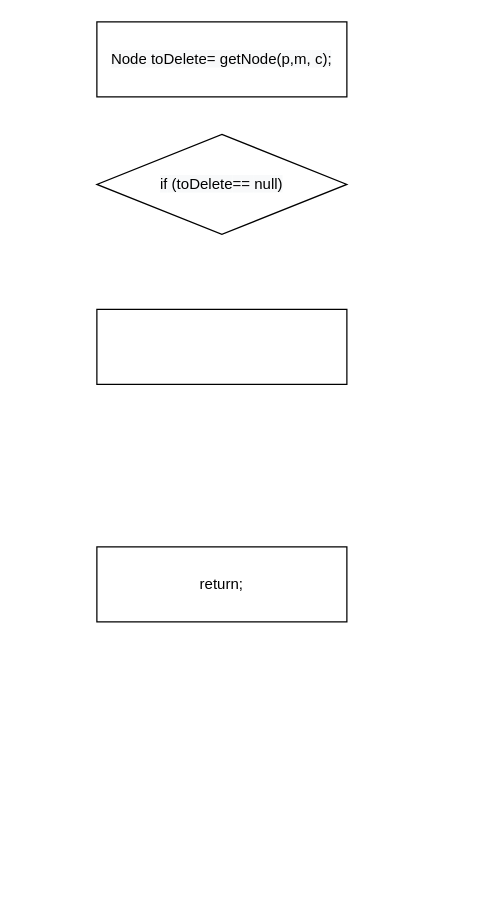
The draw.io diagram page "deleteNode" (2 of 3) of proj1-skeleton/flowcharts/proj1.drawio in luke-jiang/CS_510, before the edit. Source tidied: cells renumbered, new cells numbered last; positions are measured from the earlier drawing's top-left corner, leaving out a move shared by most shapes. Both pictures are drawn from the tidied source at 125%, with x=0, y=0 at pixel (96, 21).
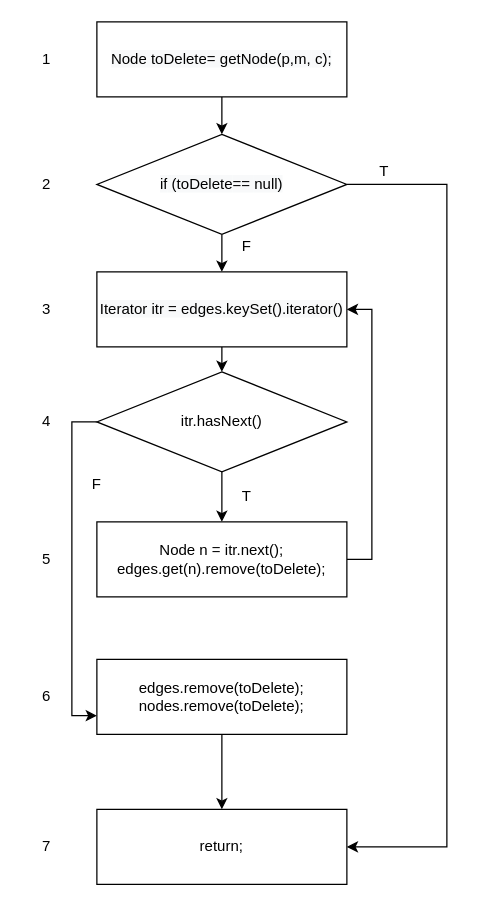
The same diagram, later.

Unchanged cells that the change refers to:
```xml
<mxCell id="2" value="&lt;span class=&quot;s1&quot; style=&quot;color: rgb(0, 0, 0); font-family: helvetica; font-size: 12px; font-style: normal; font-weight: 400; letter-spacing: normal; text-align: center; text-indent: 0px; text-transform: none; word-spacing: 0px; background-color: rgb(248, 249, 250);&quot;&gt;Node&lt;/span&gt;&lt;span class=&quot;s2&quot; style=&quot;color: rgb(0, 0, 0); font-family: helvetica; font-size: 12px; font-style: normal; font-weight: 400; letter-spacing: normal; text-align: center; text-indent: 0px; text-transform: none; word-spacing: 0px; background-color: rgb(248, 249, 250);&quot;&gt;&lt;span&gt;&amp;nbsp;&lt;/span&gt;&lt;/span&gt;&lt;span style=&quot;color: rgb(0, 0, 0); font-family: helvetica; font-size: 12px; font-style: normal; font-weight: 400; letter-spacing: normal; text-align: center; text-indent: 0px; text-transform: none; word-spacing: 0px; background-color: rgb(248, 249, 250); display: inline; float: none;&quot;&gt;toDelete&lt;/span&gt;&lt;span class=&quot;s2&quot; style=&quot;color: rgb(0, 0, 0); font-family: helvetica; font-size: 12px; font-style: normal; font-weight: 400; letter-spacing: normal; text-align: center; text-indent: 0px; text-transform: none; word-spacing: 0px; background-color: rgb(248, 249, 250);&quot;&gt;&lt;/span&gt;&lt;span class=&quot;s3&quot; style=&quot;color: rgb(0, 0, 0); font-family: helvetica; font-size: 12px; font-style: normal; font-weight: 400; letter-spacing: normal; text-align: center; text-indent: 0px; text-transform: none; word-spacing: 0px; background-color: rgb(248, 249, 250);&quot;&gt;=&lt;/span&gt;&lt;span class=&quot;s2&quot; style=&quot;color: rgb(0, 0, 0); font-family: helvetica; font-size: 12px; font-style: normal; font-weight: 400; letter-spacing: normal; text-align: center; text-indent: 0px; text-transform: none; word-spacing: 0px; background-color: rgb(248, 249, 250);&quot;&gt;&lt;span&gt;&amp;nbsp;&lt;/span&gt;&lt;/span&gt;&lt;span class=&quot;s4&quot; style=&quot;color: rgb(0, 0, 0); font-family: helvetica; font-size: 12px; font-style: normal; font-weight: 400; letter-spacing: normal; text-align: center; text-indent: 0px; text-transform: none; word-spacing: 0px; background-color: rgb(248, 249, 250);&quot;&gt;getNode&lt;/span&gt;&lt;span class=&quot;s5&quot; style=&quot;color: rgb(0, 0, 0); font-family: helvetica; font-size: 12px; font-style: normal; font-weight: 400; letter-spacing: normal; text-align: center; text-indent: 0px; text-transform: none; word-spacing: 0px; background-color: rgb(248, 249, 250);&quot;&gt;(&lt;/span&gt;&lt;span class=&quot;s6&quot; style=&quot;color: rgb(0, 0, 0); font-family: helvetica; font-size: 12px; font-style: normal; font-weight: 400; letter-spacing: normal; text-align: center; text-indent: 0px; text-transform: none; word-spacing: 0px; background-color: rgb(248, 249, 250);&quot;&gt;p&lt;/span&gt;&lt;span class=&quot;s3&quot; style=&quot;color: rgb(0, 0, 0); font-family: helvetica; font-size: 12px; font-style: normal; font-weight: 400; letter-spacing: normal; text-align: center; text-indent: 0px; text-transform: none; word-spacing: 0px; background-color: rgb(248, 249, 250);&quot;&gt;,&lt;/span&gt;&lt;span class=&quot;s2&quot; style=&quot;color: rgb(0, 0, 0); font-family: helvetica; font-size: 12px; font-style: normal; font-weight: 400; letter-spacing: normal; text-align: center; text-indent: 0px; text-transform: none; word-spacing: 0px; background-color: rgb(248, 249, 250);&quot;&gt;&lt;/span&gt;&lt;span class=&quot;s6&quot; style=&quot;color: rgb(0, 0, 0); font-family: helvetica; font-size: 12px; font-style: normal; font-weight: 400; letter-spacing: normal; text-align: center; text-indent: 0px; text-transform: none; word-spacing: 0px; background-color: rgb(248, 249, 250);&quot;&gt;m&lt;/span&gt;&lt;span class=&quot;s3&quot; style=&quot;color: rgb(0, 0, 0); font-family: helvetica; font-size: 12px; font-style: normal; font-weight: 400; letter-spacing: normal; text-align: center; text-indent: 0px; text-transform: none; word-spacing: 0px; background-color: rgb(248, 249, 250);&quot;&gt;,&lt;/span&gt;&lt;span class=&quot;s2&quot; style=&quot;color: rgb(0, 0, 0); font-family: helvetica; font-size: 12px; font-style: normal; font-weight: 400; letter-spacing: normal; text-align: center; text-indent: 0px; text-transform: none; word-spacing: 0px; background-color: rgb(248, 249, 250);&quot;&gt;&lt;span&gt;&amp;nbsp;&lt;/span&gt;&lt;/span&gt;&lt;span class=&quot;s6&quot; style=&quot;color: rgb(0, 0, 0); font-family: helvetica; font-size: 12px; font-style: normal; font-weight: 400; letter-spacing: normal; text-align: center; text-indent: 0px; text-transform: none; word-spacing: 0px; background-color: rgb(248, 249, 250);&quot;&gt;c&lt;/span&gt;&lt;span class=&quot;s5&quot; style=&quot;color: rgb(0, 0, 0); font-family: helvetica; font-size: 12px; font-style: normal; font-weight: 400; letter-spacing: normal; text-align: center; text-indent: 0px; text-transform: none; word-spacing: 0px; background-color: rgb(248, 249, 250);&quot;&gt;)&lt;/span&gt;&lt;span class=&quot;s3&quot; style=&quot;color: rgb(0, 0, 0); font-family: helvetica; font-size: 12px; font-style: normal; font-weight: 400; letter-spacing: normal; text-align: center; text-indent: 0px; text-transform: none; word-spacing: 0px; background-color: rgb(248, 249, 250);&quot;&gt;;&lt;/span&gt;" style="rounded=0;whiteSpace=wrap;html=1;" parent="1" vertex="1">
  <mxGeometry width="200" height="60" as="geometry" />
</mxCell>
<mxCell id="4" value="&lt;span class=&quot;s7&quot; style=&quot;color: rgb(0 , 0 , 0) ; font-family: &amp;#34;helvetica&amp;#34; ; font-size: 12px ; font-style: normal ; font-weight: 400 ; letter-spacing: normal ; text-align: center ; text-indent: 0px ; text-transform: none ; word-spacing: 0px ; background-color: rgb(248 , 249 , 250)&quot;&gt;if&lt;/span&gt;&lt;span class=&quot;s2&quot; style=&quot;color: rgb(0 , 0 , 0) ; font-family: &amp;#34;helvetica&amp;#34; ; font-size: 12px ; font-style: normal ; font-weight: 400 ; letter-spacing: normal ; text-align: center ; text-indent: 0px ; text-transform: none ; word-spacing: 0px ; background-color: rgb(248 , 249 , 250)&quot;&gt;&lt;span&gt;&amp;nbsp;&lt;/span&gt;&lt;/span&gt;&lt;span class=&quot;s5&quot; style=&quot;color: rgb(0 , 0 , 0) ; font-family: &amp;#34;helvetica&amp;#34; ; font-size: 12px ; font-style: normal ; font-weight: 400 ; letter-spacing: normal ; text-align: center ; text-indent: 0px ; text-transform: none ; word-spacing: 0px ; background-color: rgb(248 , 249 , 250)&quot;&gt;(&lt;/span&gt;&lt;span style=&quot;color: rgb(0 , 0 , 0) ; font-family: &amp;#34;helvetica&amp;#34; ; font-size: 12px ; font-style: normal ; font-weight: 400 ; letter-spacing: normal ; text-align: center ; text-indent: 0px ; text-transform: none ; word-spacing: 0px ; background-color: rgb(248 , 249 , 250) ; display: inline ; float: none&quot;&gt;toDelete&lt;/span&gt;&lt;span class=&quot;s2&quot; style=&quot;color: rgb(0 , 0 , 0) ; font-family: &amp;#34;helvetica&amp;#34; ; font-size: 12px ; font-style: normal ; font-weight: 400 ; letter-spacing: normal ; text-align: center ; text-indent: 0px ; text-transform: none ; word-spacing: 0px ; background-color: rgb(248 , 249 , 250)&quot;&gt;&lt;/span&gt;&lt;span class=&quot;s3&quot; style=&quot;color: rgb(0 , 0 , 0) ; font-family: &amp;#34;helvetica&amp;#34; ; font-size: 12px ; font-style: normal ; font-weight: 400 ; letter-spacing: normal ; text-align: center ; text-indent: 0px ; text-transform: none ; word-spacing: 0px ; background-color: rgb(248 , 249 , 250)&quot;&gt;==&lt;/span&gt;&lt;span class=&quot;s2&quot; style=&quot;color: rgb(0 , 0 , 0) ; font-family: &amp;#34;helvetica&amp;#34; ; font-size: 12px ; font-style: normal ; font-weight: 400 ; letter-spacing: normal ; text-align: center ; text-indent: 0px ; text-transform: none ; word-spacing: 0px ; background-color: rgb(248 , 249 , 250)&quot;&gt;&lt;span&gt;&amp;nbsp;&lt;/span&gt;&lt;/span&gt;&lt;span class=&quot;s7&quot; style=&quot;color: rgb(0 , 0 , 0) ; font-family: &amp;#34;helvetica&amp;#34; ; font-size: 12px ; font-style: normal ; font-weight: 400 ; letter-spacing: normal ; text-align: center ; text-indent: 0px ; text-transform: none ; word-spacing: 0px ; background-color: rgb(248 , 249 , 250)&quot;&gt;null&lt;/span&gt;&lt;span class=&quot;s5&quot; style=&quot;color: rgb(0 , 0 , 0) ; font-family: &amp;#34;helvetica&amp;#34; ; font-size: 12px ; font-style: normal ; font-weight: 400 ; letter-spacing: normal ; text-align: center ; text-indent: 0px ; text-transform: none ; word-spacing: 0px ; background-color: rgb(248 , 249 , 250)&quot;&gt;)&lt;/span&gt;" style="rhombus;whiteSpace=wrap;html=1;" parent="1" vertex="1">
  <mxGeometry y="90" width="200" height="80" as="geometry" />
</mxCell>
```

Change to the diagram source:
```diff
@@
+    <mxCell id="6" style="edgeStyle=orthogonalEdgeStyle;rounded=0;jettySize=auto;html=1;exitX=0.5;exitY=1;exitDx=0;exitDy=0;" parent="1" edge="1" source="2" target="4">
+      <mxGeometry relative="1" as="geometry" />
+    </mxCell>
@@
     <mxCell id="3" value="return;" style="rounded=0;whiteSpace=wrap;html=1;" parent="1" vertex="1">
-      <mxGeometry y="420" width="200" height="60" as="geometry" />
+      <mxGeometry y="630" width="200" height="60" as="geometry" />
     </mxCell>
+    <mxCell id="7" style="edgeStyle=orthogonalEdgeStyle;rounded=0;jettySize=auto;html=1;entryX=1;entryY=0.5;entryDx=0;entryDy=0;" parent="1" edge="1" source="4" target="3">
+      <mxGeometry relative="1" as="geometry">
+        <Array as="points">
+          <mxPoint x="280" y="130" />
+          <mxPoint x="280" y="660" />
+        </Array>
+      </mxGeometry>
+    </mxCell>
+    <mxCell id="8" style="edgeStyle=orthogonalEdgeStyle;rounded=0;jettySize=auto;html=1;exitX=0.5;exitY=1;exitDx=0;exitDy=0;entryX=0.5;entryY=0;entryDx=0;entryDy=0;" parent="1" edge="1" source="4" target="14">
+      <mxGeometry relative="1" as="geometry" />
+    </mxCell>
@@
+    <mxCell id="9" style="edgeStyle=orthogonalEdgeStyle;rounded=0;jettySize=auto;html=1;entryX=0.5;entryY=0;entryDx=0;entryDy=0;" parent="1" edge="1" source="5" target="3">
+      <mxGeometry relative="1" as="geometry" />
+    </mxCell>
-    <mxCell id="5" style="rounded=0;whiteSpace=wrap;html=1;" parent="1" vertex="1">
-      <mxGeometry y="230" width="200" height="60" as="geometry" />
+    <mxCell id="5" value="edges.remove(toDelete);&lt;br&gt;nodes.remove(toDelete);" style="rounded=0;whiteSpace=wrap;html=1;" parent="1" vertex="1">
+      <mxGeometry y="510" width="200" height="60" as="geometry" />
     </mxCell>
+    <mxCell id="10" style="edgeStyle=orthogonalEdgeStyle;rounded=0;jettySize=auto;html=1;entryX=0;entryY=0.75;entryDx=0;entryDy=0;" parent="1" edge="1" source="12" target="5">
+      <mxGeometry relative="1" as="geometry">
+        <Array as="points">
+          <mxPoint x="-20" y="320" />
+          <mxPoint x="-20" y="555" />
+        </Array>
+      </mxGeometry>
+    </mxCell>
+    <mxCell id="11" style="edgeStyle=orthogonalEdgeStyle;rounded=0;jettySize=auto;html=1;exitX=0.5;exitY=1;exitDx=0;exitDy=0;entryX=0.5;entryY=0;entryDx=0;entryDy=0;" parent="1" edge="1" source="12" target="16">
+      <mxGeometry relative="1" as="geometry" />
+    </mxCell>
+    <mxCell id="12" value="itr.hasNext()" style="rhombus;whiteSpace=wrap;html=1;" parent="1" vertex="1">
+      <mxGeometry y="280" width="200" height="80" as="geometry" />
+    </mxCell>
+    <mxCell id="13" style="edgeStyle=orthogonalEdgeStyle;rounded=0;jettySize=auto;html=1;exitX=0.5;exitY=1;exitDx=0;exitDy=0;entryX=0.5;entryY=0;entryDx=0;entryDy=0;" parent="1" edge="1" source="14" target="12">
+      <mxGeometry relative="1" as="geometry" />
+    </mxCell>
+    <mxCell id="14" value="&lt;span style=&quot;color: rgb(0 , 0 , 0) ; font-family: &amp;#34;helvetica&amp;#34; ; font-size: 12px ; font-style: normal ; font-weight: 400 ; letter-spacing: normal ; text-align: center ; text-indent: 0px ; text-transform: none ; word-spacing: 0px ; background-color: rgb(248 , 249 , 250) ; display: inline ; float: none&quot;&gt;Iterator itr = edges.keySet().iterator()&lt;/span&gt;" style="rounded=0;whiteSpace=wrap;html=1;" parent="1" vertex="1">
+      <mxGeometry y="200" width="200" height="60" as="geometry" />
+    </mxCell>
+    <mxCell id="15" style="edgeStyle=orthogonalEdgeStyle;rounded=0;jettySize=auto;html=1;entryX=1;entryY=0.5;entryDx=0;entryDy=0;" parent="1" edge="1" source="16" target="14">
+      <mxGeometry relative="1" as="geometry">
+        <Array as="points">
+          <mxPoint x="220" y="430" />
+          <mxPoint x="220" y="230" />
+        </Array>
+      </mxGeometry>
+    </mxCell>
+    <mxCell id="16" value="Node n = itr.next();&lt;br&gt;edges.get(n).remove(toDelete);" style="rounded=0;whiteSpace=wrap;html=1;" parent="1" vertex="1">
+      <mxGeometry y="400" width="200" height="60" as="geometry" />
+    </mxCell>
+    <mxCell id="17" value="1" style="text;html=1;strokeColor=none;fillColor=none;align=center;verticalAlign=middle;whiteSpace=wrap;rounded=0;" parent="1" vertex="1">
+      <mxGeometry x="-60" y="20" width="40" height="20" as="geometry" />
+    </mxCell>
+    <mxCell id="18" value="2" style="text;html=1;strokeColor=none;fillColor=none;align=center;verticalAlign=middle;whiteSpace=wrap;rounded=0;" parent="1" vertex="1">
+      <mxGeometry x="-60" y="120" width="40" height="20" as="geometry" />
+    </mxCell>
+    <mxCell id="19" value="3" style="text;html=1;strokeColor=none;fillColor=none;align=center;verticalAlign=middle;whiteSpace=wrap;rounded=0;" parent="1" vertex="1">
+      <mxGeometry x="-60" y="220" width="40" height="20" as="geometry" />
+    </mxCell>
+    <mxCell id="20" value="4" style="text;html=1;strokeColor=none;fillColor=none;align=center;verticalAlign=middle;whiteSpace=wrap;rounded=0;" parent="1" vertex="1">
+      <mxGeometry x="-60" y="310" width="40" height="20" as="geometry" />
+    </mxCell>
+    <mxCell id="21" value="5" style="text;html=1;strokeColor=none;fillColor=none;align=center;verticalAlign=middle;whiteSpace=wrap;rounded=0;" parent="1" vertex="1">
+      <mxGeometry x="-60" y="420" width="40" height="20" as="geometry" />
+    </mxCell>
+    <mxCell id="22" value="6" style="text;html=1;strokeColor=none;fillColor=none;align=center;verticalAlign=middle;whiteSpace=wrap;rounded=0;" parent="1" vertex="1">
+      <mxGeometry x="-60" y="530" width="40" height="20" as="geometry" />
+    </mxCell>
+    <mxCell id="23" value="7" style="text;html=1;strokeColor=none;fillColor=none;align=center;verticalAlign=middle;whiteSpace=wrap;rounded=0;" parent="1" vertex="1">
+      <mxGeometry x="-60" y="650" width="40" height="20" as="geometry" />
+    </mxCell>
+    <mxCell id="24" value="T" style="text;html=1;strokeColor=none;fillColor=none;align=center;verticalAlign=middle;whiteSpace=wrap;rounded=0;" parent="1" vertex="1">
+      <mxGeometry x="210" y="110" width="40" height="20" as="geometry" />
+    </mxCell>
+    <mxCell id="25" value="F" style="text;html=1;strokeColor=none;fillColor=none;align=center;verticalAlign=middle;whiteSpace=wrap;rounded=0;" parent="1" vertex="1">
+      <mxGeometry x="100" y="170" width="40" height="20" as="geometry" />
+    </mxCell>
+    <mxCell id="26" value="T" style="text;html=1;strokeColor=none;fillColor=none;align=center;verticalAlign=middle;whiteSpace=wrap;rounded=0;" parent="1" vertex="1">
+      <mxGeometry x="100" y="370" width="40" height="20" as="geometry" />
+    </mxCell>
+    <mxCell id="27" value="F" style="text;html=1;strokeColor=none;fillColor=none;align=center;verticalAlign=middle;whiteSpace=wrap;rounded=0;" parent="1" vertex="1">
+      <mxGeometry x="-20" y="360" width="40" height="20" as="geometry" />
+    </mxCell>
```
